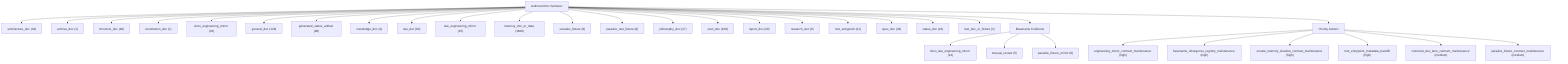
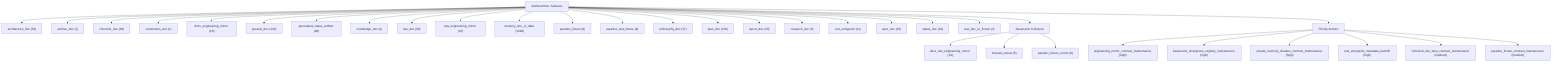
graph TD
    root["Authored Doc Surfaces"]
-     category_architecture_doc["architecture_doc (34)"]
+     category_architecture_doc["architecture_doc (54)"]
    root --> category_architecture_doc
    category_archive_doc["archive_doc (1)"]
    root --> category_archive_doc
    category_chronicle_doc["chronicle_doc (48)"]
    root --> category_chronicle_doc
    category_constitution_doc["constitution_doc (1)"]
    root --> category_constitution_doc
    category_docs_engineering_mirror["docs_engineering_mirror (16)"]
    root --> category_docs_engineering_mirror
    category_general_doc["general_doc (128)"]
    root --> category_general_doc
    category_generated_status_artifact["generated_status_artifact (98)"]
    root --> category_generated_status_artifact
    category_knowledge_doc["knowledge_doc (2)"]
    root --> category_knowledge_doc
    category_law_doc["law_doc (60)"]
    root --> category_law_doc
    category_law_engineering_mirror["law_engineering_mirror (15)"]
    root --> category_law_engineering_mirror
    category_memory_doc_or_data["memory_doc_or_data (1608)"]
    root --> category_memory_doc_or_data
    category_paradox_fixture["paradox_fixture (8)"]
    root --> category_paradox_fixture
    category_paradox_test_fixture["paradox_test_fixture (8)"]
    root --> category_paradox_test_fixture
    category_philosophy_doc["philosophy_doc (27)"]
    root --> category_philosophy_doc
-     category_plan_doc["plan_doc (109)"]
+     category_plan_doc["plan_doc (116)"]
    root --> category_plan_doc
    category_report_doc["report_doc (29)"]
    root --> category_report_doc
    category_research_doc["research_doc (9)"]
    root --> category_research_doc
    category_root_entrypoint["root_entrypoint (11)"]
    root --> category_root_entrypoint
    category_spec_doc["spec_doc (43)"]
    root --> category_spec_doc
    category_status_doc["status_doc (24)"]
    root --> category_status_doc
    category_test_doc_or_fixture["test_doc_or_fixture (3)"]
    root --> category_test_doc_or_fixture
    collisions["Basename Collisions"]
    root --> collisions
    family_docs_law_engineering_mirror["docs_law_engineering_mirror (14)"]
    collisions --> family_docs_law_engineering_mirror
    family_manual_review["manual_review (5)"]
    collisions --> family_manual_review
    family_paradox_fixture_mirror["paradox_fixture_mirror (8)"]
    collisions --> family_paradox_fixture_mirror
    priorities["Priority Actions"]
    root --> priorities
    priority_engineering_mirror_contract_maintenance["engineering_mirror_contract_maintenance (high)"]
    priorities --> priority_engineering_mirror_contract_maintenance
    priority_basename_divergence_registry_maintenance["basename_divergence_registry_maintenance (high)"]
    priorities --> priority_basename_divergence_registry_maintenance
    priority_private_memory_shadow_contract_maintenance["private_memory_shadow_contract_maintenance (high)"]
    priorities --> priority_private_memory_shadow_contract_maintenance
    priority_root_entrypoint_metadata_backfill["root_entrypoint_metadata_backfill (high)"]
    priorities --> priority_root_entrypoint_metadata_backfill
    priority_historical_doc_lane_contract_maintenance["historical_doc_lane_contract_maintenance (medium)"]
    priorities --> priority_historical_doc_lane_contract_maintenance
    priority_paradox_fixture_contract_maintenance["paradox_fixture_contract_maintenance (medium)"]
    priorities --> priority_paradox_fixture_contract_maintenance
